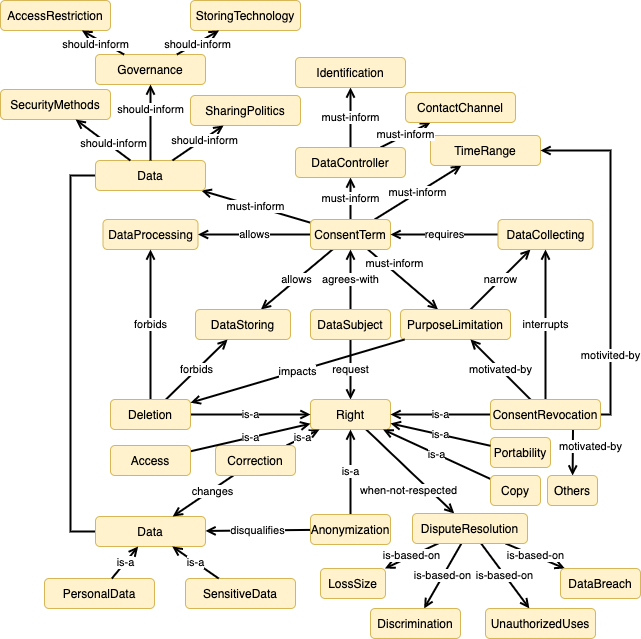
phalves/GoDReP keeps this draw.io diagram as img/LGPD_Ontology_Relationships.png. Above is the earlier version. Source tidied: cells renumbered, new cells last; positions are measured from the earlier drawing's top-left corner, leaving out a move shared by most shapes.
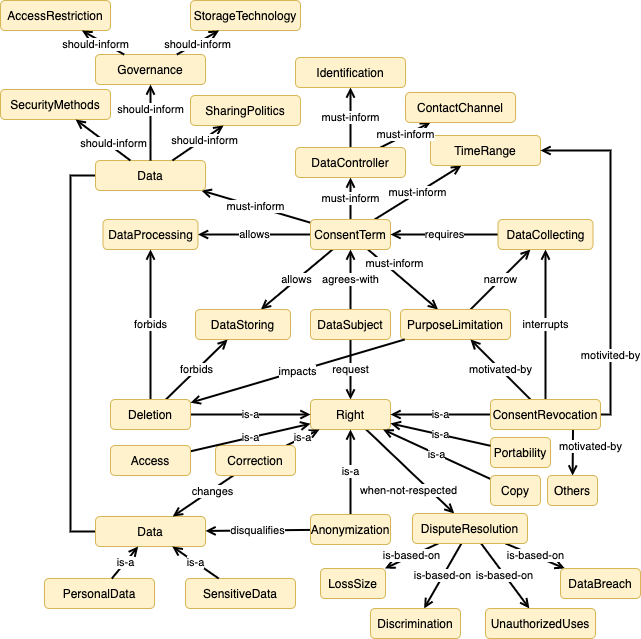
After the commit.

Diff of the diagram source:
```diff
@@ -228,7 +228,7 @@
     <mxCell id="73" value="AccessRestriction" style="rounded=1;whiteSpace=wrap;html=1;fillColor=#fff2cc;strokeColor=#d6b656;" parent="1" vertex="1">
       <mxGeometry width="110" height="30" as="geometry" />
     </mxCell>
-    <mxCell id="74" value="StoringTechnology" style="rounded=1;whiteSpace=wrap;html=1;fillColor=#fff2cc;strokeColor=#d6b656;" parent="1" vertex="1">
+    <mxCell id="74" value="StorageTechnology" style="rounded=1;whiteSpace=wrap;html=1;fillColor=#fff2cc;strokeColor=#d6b656;" parent="1" vertex="1">
       <mxGeometry x="190" width="110" height="30" as="geometry" />
     </mxCell>
     <mxCell id="75" value="should-inform" style="edgeStyle=none;rounded=0;jettySize=auto;html=1;endArrow=open;endFill=0;strokeWidth=2;" parent="1" edge="1" source="68" target="73">
```
